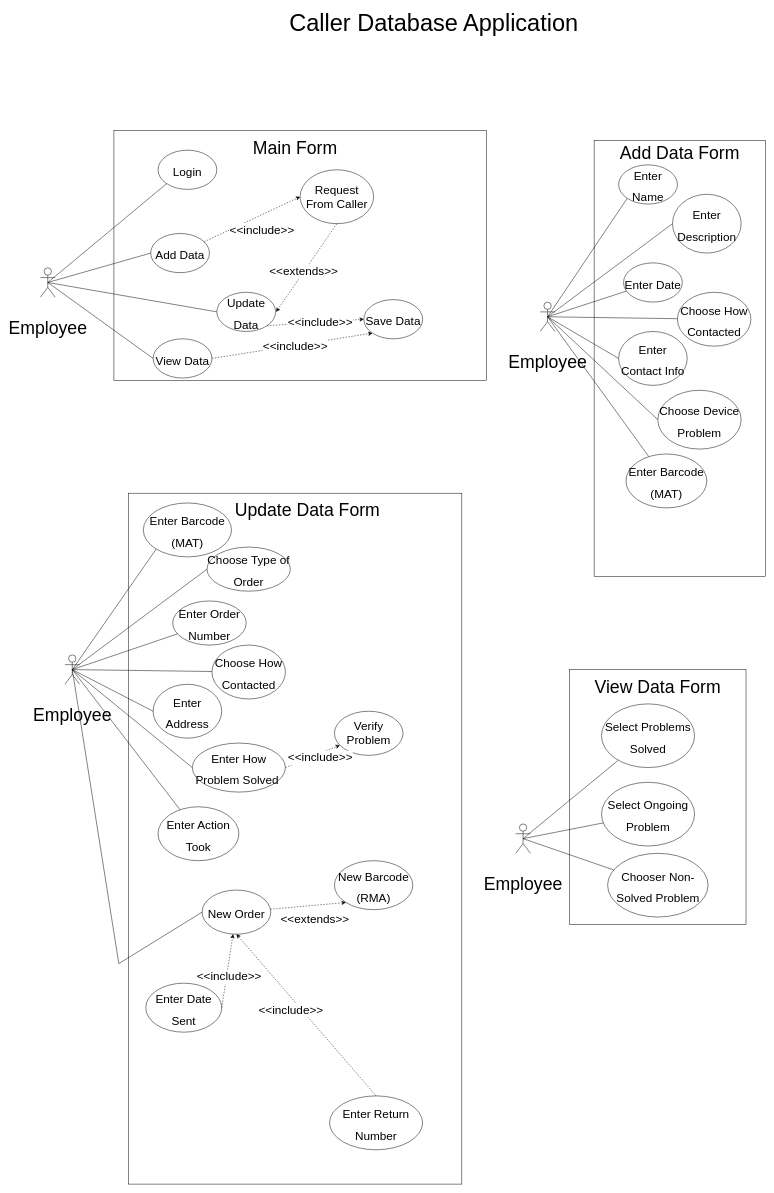
This is UMLDiagram.drawio from D3153/SystemDevTermProject, a draw.io file, before an edit. Source tidied: cells renumbered, new cells numbered last; positions are measured from the earlier drawing's top-left corner, leaving out a move shared by most shapes. Both pictures are drawn from the tidied source at 49%, with x=0, y=0 at pixel (40, 13).
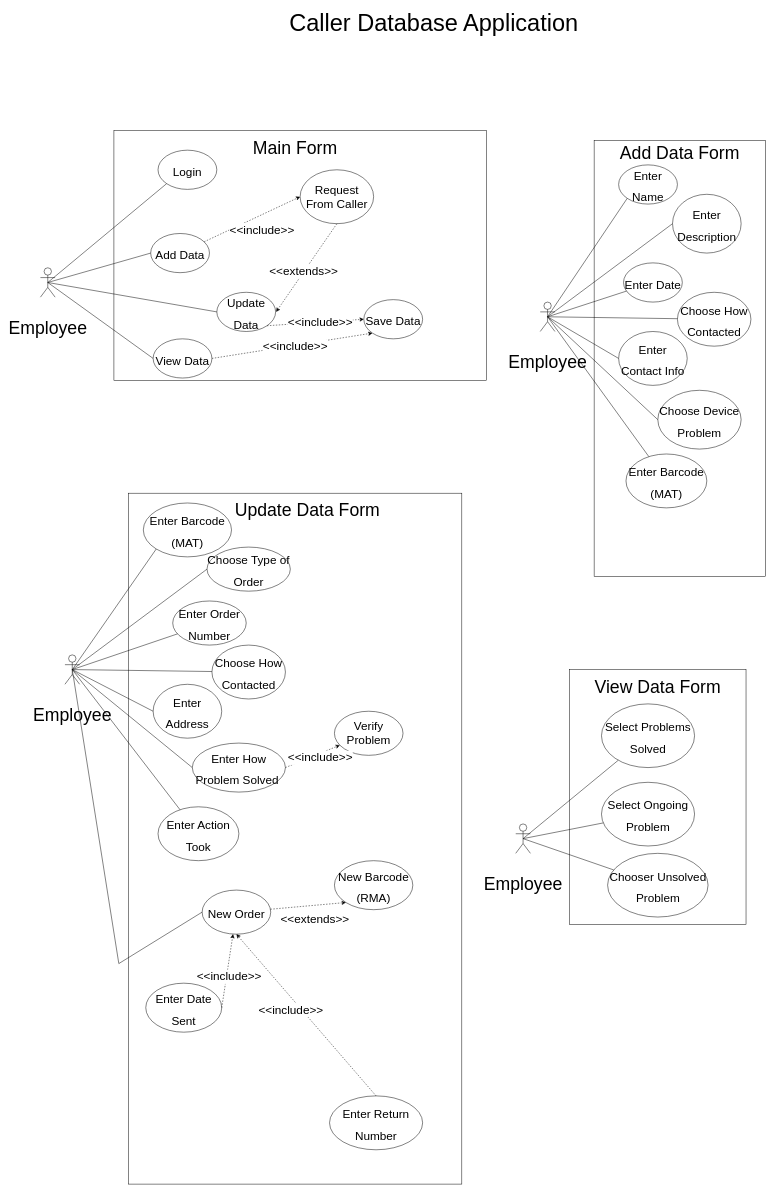
The same page after the edit.

What changed in the source:
```diff
@@
-    <mxCell id="66" value="&lt;span style=&quot;font-size: 24px&quot;&gt;Chooser Non-Solved Problem&lt;/span&gt;" style="ellipse;whiteSpace=wrap;html=1;fontSize=36;" parent="1" vertex="1">
+    <mxCell id="66" value="&lt;span style=&quot;font-size: 24px&quot;&gt;Chooser Unsolved Problem&lt;/span&gt;" style="ellipse;whiteSpace=wrap;html=1;fontSize=36;" parent="1" vertex="1">
       <mxGeometry x="1157.5" y="1715" width="205" height="130" as="geometry" />
     </mxCell>
```
